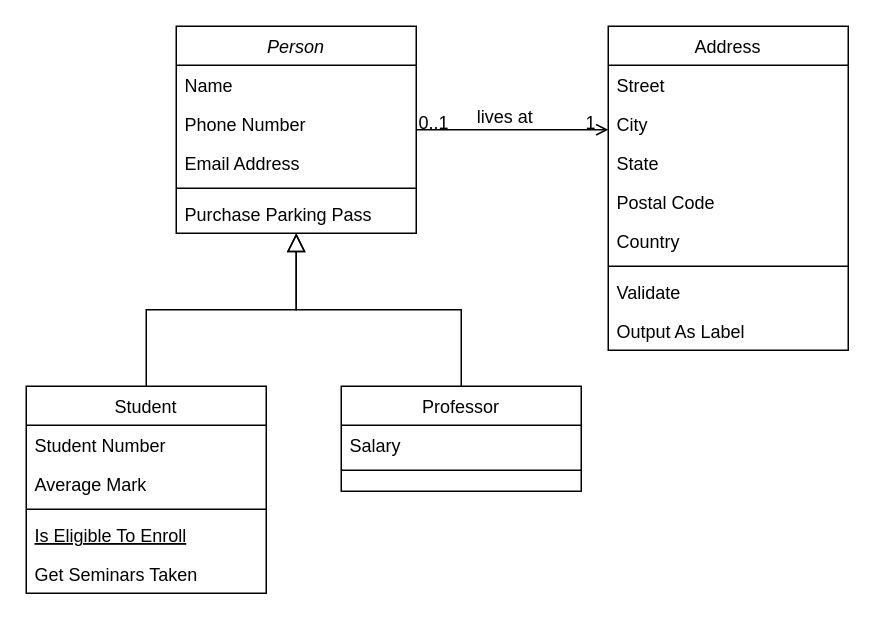
Above: Diagrama sem nome.drawio in Pauloswimming/diario_com_login (draw.io), before the change. Source tidied: cells renumbered, new cells numbered last; positions are measured from the earlier drawing's top-left corner, leaving out a move shared by most shapes. Both pictures are drawn from the tidied source at 150%, with x=0, y=0 at pixel (26, 26).
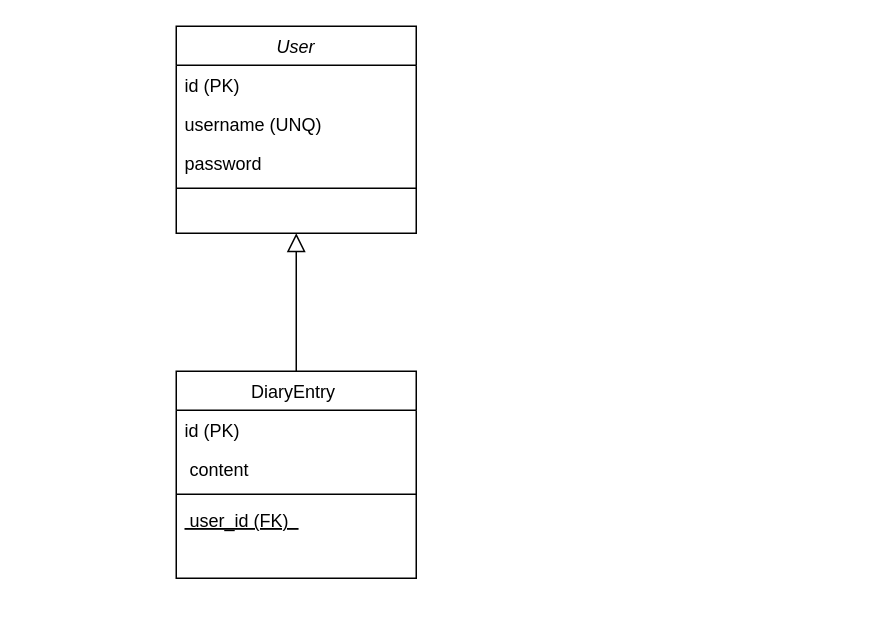
The same page after the edit.

Change to the diagram source:
```diff
@@
-    <mxCell id="2" value="Person" style="swimlane;fontStyle=2;align=center;verticalAlign=top;horizontal=1;startSize=26;rounded=0;shadow=0;strokeWidth=1;" parent="1" vertex="1">
+    <mxCell id="2" value="User" style="swimlane;fontStyle=2;align=center;verticalAlign=top;horizontal=1;startSize=26;rounded=0;shadow=0;strokeWidth=1;" parent="1" vertex="1">
       <mxGeometry x="100" width="160" height="138" as="geometry" />
     </mxCell>
-    <mxCell id="3" value="Name" style="text;align=left;verticalAlign=top;spacingLeft=4;spacingRight=4;overflow=hidden;" parent="2" vertex="1">
+    <mxCell id="3" value="id (PK) " style="text;align=left;verticalAlign=top;spacingLeft=4;spacingRight=4;overflow=hidden;" parent="2" vertex="1">
       <mxGeometry y="26" width="160" height="26" as="geometry" />
     </mxCell>
-    <mxCell id="4" value="Phone Number" style="text;align=left;verticalAlign=top;spacingLeft=4;spacingRight=4;overflow=hidden;rounded=0;shadow=0;html=0;" parent="2" vertex="1">
+    <mxCell id="4" value="username (UNQ)" style="text;align=left;verticalAlign=top;spacingLeft=4;spacingRight=4;overflow=hidden;rounded=0;shadow=0;html=0;" parent="2" vertex="1">
       <mxGeometry y="52" width="160" height="26" as="geometry" />
     </mxCell>
-    <mxCell id="5" value="Email Address" style="text;align=left;verticalAlign=top;spacingLeft=4;spacingRight=4;overflow=hidden;rounded=0;shadow=0;html=0;" parent="2" vertex="1">
+    <mxCell id="5" value="password" style="text;align=left;verticalAlign=top;spacingLeft=4;spacingRight=4;overflow=hidden;rounded=0;shadow=0;html=0;" parent="2" vertex="1">
       <mxGeometry y="78" width="160" height="26" as="geometry" />
     </mxCell>
@@
-    <mxCell id="7" value="Purchase Parking Pass" style="text;align=left;verticalAlign=top;spacingLeft=4;spacingRight=4;overflow=hidden;" parent="2" vertex="1">
-      <mxGeometry y="112" width="160" height="26" as="geometry" />
-    </mxCell>
-    <mxCell id="8" value="Student" style="swimlane;fontStyle=0;align=center;verticalAlign=top;horizontal=1;startSize=26;rounded=0;shadow=0;strokeWidth=1;" parent="1" vertex="1">
-      <mxGeometry y="240" width="160" height="138" as="geometry" />
+    <mxCell id="8" value=" DiaryEntry  " style="swimlane;fontStyle=0;align=center;verticalAlign=top;horizontal=1;startSize=26;rounded=0;shadow=0;strokeWidth=1;" parent="1" vertex="1">
+      <mxGeometry x="100" y="230" width="160" height="138" as="geometry" />
     </mxCell>
-    <mxCell id="9" value="Student Number" style="text;align=left;verticalAlign=top;spacingLeft=4;spacingRight=4;overflow=hidden;" parent="8" vertex="1">
+    <mxCell id="9" value="id (PK)   " style="text;align=left;verticalAlign=top;spacingLeft=4;spacingRight=4;overflow=hidden;" parent="8" vertex="1">
       <mxGeometry y="26" width="160" height="26" as="geometry" />
     </mxCell>
-    <mxCell id="10" value="Average Mark" style="text;align=left;verticalAlign=top;spacingLeft=4;spacingRight=4;overflow=hidden;rounded=0;shadow=0;html=0;" parent="8" vertex="1">
+    <mxCell id="10" value=" content  " style="text;align=left;verticalAlign=top;spacingLeft=4;spacingRight=4;overflow=hidden;rounded=0;shadow=0;html=0;" parent="8" vertex="1">
       <mxGeometry y="52" width="160" height="26" as="geometry" />
     </mxCell>
@@
-    <mxCell id="12" value="Is Eligible To Enroll" style="text;align=left;verticalAlign=top;spacingLeft=4;spacingRight=4;overflow=hidden;fontStyle=4;" parent="8" vertex="1">
+    <mxCell id="12" value=" user_id (FK)  " style="text;align=left;verticalAlign=top;spacingLeft=4;spacingRight=4;overflow=hidden;fontStyle=4;" parent="8" vertex="1">
       <mxGeometry y="86" width="160" height="26" as="geometry" />
     </mxCell>
-    <mxCell id="13" value="Get Seminars Taken" style="text;align=left;verticalAlign=top;spacingLeft=4;spacingRight=4;overflow=hidden;" parent="8" vertex="1">
-      <mxGeometry y="112" width="160" height="26" as="geometry" />
-    </mxCell>
@@
-    <mxCell id="15" value="Professor" style="swimlane;fontStyle=0;align=center;verticalAlign=top;horizontal=1;startSize=26;rounded=0;shadow=0;strokeWidth=1;" parent="1" vertex="1">
-      <mxGeometry x="210" y="240" width="160" height="70" as="geometry" />
-    </mxCell>
-    <mxCell id="16" value="Salary" style="text;align=left;verticalAlign=top;spacingLeft=4;spacingRight=4;overflow=hidden;" parent="15" vertex="1">
-      <mxGeometry y="26" width="160" height="26" as="geometry" />
-    </mxCell>
-    <mxCell id="17" style="line;html=1;strokeWidth=1;align=left;verticalAlign=middle;spacingTop=-1;spacingLeft=3;spacingRight=3;labelPosition=right;" parent="15" vertex="1">
-      <mxGeometry y="52" width="160" height="8" as="geometry" />
-    </mxCell>
-    <mxCell id="18" style="endArrow=block;endSize=10;endFill=0;shadow=0;strokeWidth=1;rounded=0;curved=0;edgeStyle=elbowEdgeStyle;elbow=vertical;" parent="1" edge="1" source="15" target="2">
-      <mxGeometry relative="1" as="geometry" />
-    </mxCell>
-    <mxCell id="19" value="Address" style="swimlane;fontStyle=0;align=center;verticalAlign=top;horizontal=1;startSize=26;rounded=0;shadow=0;strokeWidth=1;" parent="1" vertex="1">
-      <mxGeometry x="388" width="160" height="216" as="geometry" />
-    </mxCell>
-    <mxCell id="20" value="Street" style="text;align=left;verticalAlign=top;spacingLeft=4;spacingRight=4;overflow=hidden;" parent="19" vertex="1">
-      <mxGeometry y="26" width="160" height="26" as="geometry" />
-    </mxCell>
-    <mxCell id="21" value="City" style="text;align=left;verticalAlign=top;spacingLeft=4;spacingRight=4;overflow=hidden;rounded=0;shadow=0;html=0;" parent="19" vertex="1">
-      <mxGeometry y="52" width="160" height="26" as="geometry" />
-    </mxCell>
-    <mxCell id="22" value="State" style="text;align=left;verticalAlign=top;spacingLeft=4;spacingRight=4;overflow=hidden;rounded=0;shadow=0;html=0;" parent="19" vertex="1">
-      <mxGeometry y="78" width="160" height="26" as="geometry" />
-    </mxCell>
-    <mxCell id="23" value="Postal Code" style="text;align=left;verticalAlign=top;spacingLeft=4;spacingRight=4;overflow=hidden;rounded=0;shadow=0;html=0;" parent="19" vertex="1">
-      <mxGeometry y="104" width="160" height="26" as="geometry" />
-    </mxCell>
-    <mxCell id="24" value="Country" style="text;align=left;verticalAlign=top;spacingLeft=4;spacingRight=4;overflow=hidden;rounded=0;shadow=0;html=0;" parent="19" vertex="1">
-      <mxGeometry y="130" width="160" height="26" as="geometry" />
-    </mxCell>
-    <mxCell id="25" style="line;html=1;strokeWidth=1;align=left;verticalAlign=middle;spacingTop=-1;spacingLeft=3;spacingRight=3;labelPosition=right;" parent="19" vertex="1">
-      <mxGeometry y="156" width="160" height="8" as="geometry" />
-    </mxCell>
-    <mxCell id="26" value="Validate" style="text;align=left;verticalAlign=top;spacingLeft=4;spacingRight=4;overflow=hidden;" parent="19" vertex="1">
-      <mxGeometry y="164" width="160" height="26" as="geometry" />
-    </mxCell>
-    <mxCell id="27" value="Output As Label" style="text;align=left;verticalAlign=top;spacingLeft=4;spacingRight=4;overflow=hidden;" parent="19" vertex="1">
-      <mxGeometry y="190" width="160" height="26" as="geometry" />
-    </mxCell>
-    <mxCell id="28" style="endArrow=open;shadow=0;strokeWidth=1;rounded=0;curved=0;endFill=1;edgeStyle=elbowEdgeStyle;elbow=vertical;" parent="1" edge="1" source="2" target="19">
-      <mxGeometry x="0.5" y="41" relative="1" as="geometry">
-        <mxPoint x="-40" y="32" as="offset" />
-      </mxGeometry>
-    </mxCell>
-    <mxCell id="29" value="0..1" style="align=left;verticalAlign=bottom;labelBackgroundColor=none;fontSize=12;" parent="28" vertex="1">
-      <mxGeometry x="-1" relative="1" as="geometry">
-        <mxPoint y="4" as="offset" />
-      </mxGeometry>
-    </mxCell>
-    <mxCell id="30" value="1" style="align=right;verticalAlign=bottom;labelBackgroundColor=none;fontSize=12;" parent="28" vertex="1">
-      <mxGeometry x="1" relative="1" as="geometry">
-        <mxPoint x="-7" y="4" as="offset" />
-      </mxGeometry>
-    </mxCell>
-    <mxCell id="31" value="lives at" style="text;html=1;align=center;verticalAlign=middle;labelBackgroundColor=none;rounded=0;shadow=0;strokeWidth=1;fontSize=12;" parent="28" vertex="1">
-      <mxGeometry x="0.5" y="49" relative="1" as="geometry">
-        <mxPoint x="-38" y="40" as="offset" />
-      </mxGeometry>
-    </mxCell>
```
